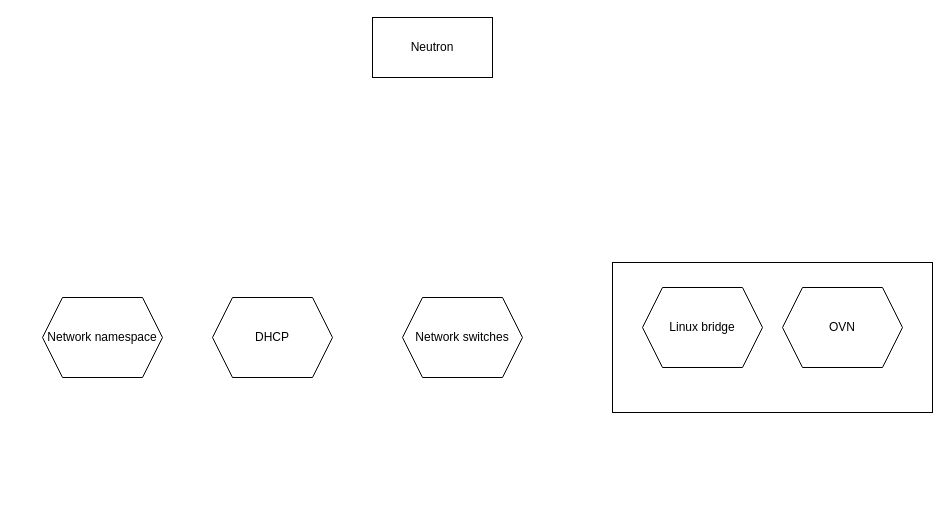
Before: page "neutron" (3 of 11) of content/en/docs/cloud/openstack/openstack.drawio in rakesh-core-org/knowledge-base, a draw.io diagram. Source tidied: cells renumbered, new cells numbered last; positions are measured from the earlier drawing's top-left corner, leaving out a move shared by most shapes. Both pictures are drawn from the tidied source at 100%, with x=0, y=0 at pixel (42, 17).
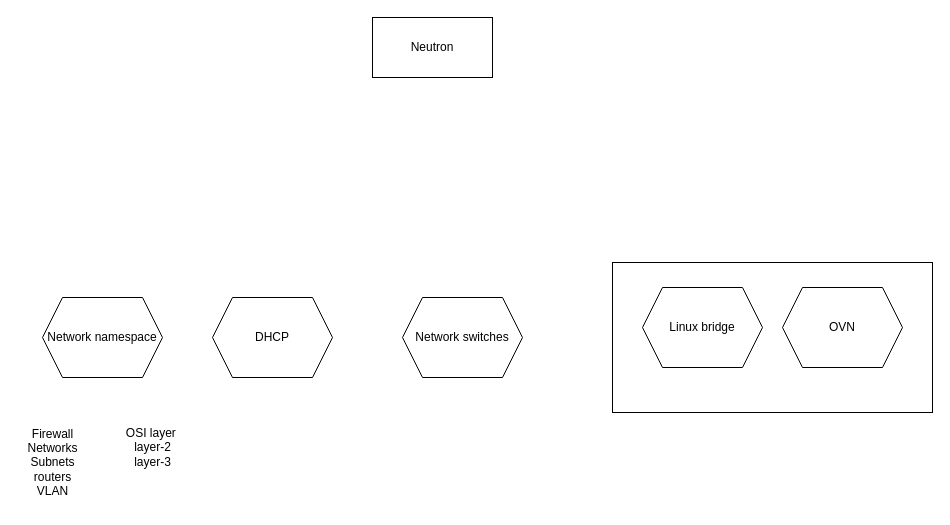
The same page after the edit.

Diff of the diagram source:
```diff
@@
 <mxGraphModel>
   <root>
     <mxCell id="0" />
     <mxCell id="1" parent="0" />
     <mxCell id="2" value="Neutron" style="rounded=0;whiteSpace=wrap;html=1;" parent="1" vertex="1">
       <mxGeometry x="330" width="120" height="60" as="geometry" />
     </mxCell>
     <mxCell id="3" value="DHCP" style="shape=hexagon;perimeter=hexagonPerimeter2;whiteSpace=wrap;html=1;fixedSize=1;" parent="1" vertex="1">
       <mxGeometry x="170" y="280" width="120" height="80" as="geometry" />
     </mxCell>
     <mxCell id="4" value="Network switches" style="shape=hexagon;perimeter=hexagonPerimeter2;whiteSpace=wrap;html=1;fixedSize=1;" parent="1" vertex="1">
       <mxGeometry x="360" y="280" width="120" height="80" as="geometry" />
     </mxCell>
     <mxCell id="5" value="Network namespace" style="shape=hexagon;perimeter=hexagonPerimeter2;whiteSpace=wrap;html=1;fixedSize=1;" parent="1" vertex="1">
       <mxGeometry y="280" width="120" height="80" as="geometry" />
     </mxCell>
     <mxCell id="6" style="rounded=0;whiteSpace=wrap;html=1;" parent="1" vertex="1">
       <mxGeometry x="570" y="245" width="320" height="150" as="geometry" />
     </mxCell>
     <mxCell id="7" value="Linux bridge" style="shape=hexagon;perimeter=hexagonPerimeter2;whiteSpace=wrap;html=1;fixedSize=1;" parent="1" vertex="1">
       <mxGeometry x="600" y="270" width="120" height="80" as="geometry" />
     </mxCell>
     <mxCell id="8" value="OVN" style="shape=hexagon;perimeter=hexagonPerimeter2;whiteSpace=wrap;html=1;fixedSize=1;" parent="1" vertex="1">
       <mxGeometry x="740" y="270" width="120" height="80" as="geometry" />
     </mxCell>
+    <mxCell id="9" value="Firewall&lt;br&gt;Networks&lt;br&gt;Subnets&lt;br&gt;routers&lt;br&gt;VLAN" style="text;html=1;align=center;verticalAlign=middle;strokeColor=none;fillColor=none;" parent="1" vertex="1">
+      <mxGeometry x="-25" y="400" width="70" height="90" as="geometry" />
+    </mxCell>
+    <mxCell id="10" value="OSI layer&amp;nbsp;&lt;br&gt;layer-2&lt;br&gt;layer-3" style="text;html=1;align=center;verticalAlign=middle;strokeColor=none;fillColor=none;" parent="1" vertex="1">
+      <mxGeometry x="70" y="400" width="80" height="60" as="geometry" />
+    </mxCell>
   </root>
 </mxGraphModel>
```
